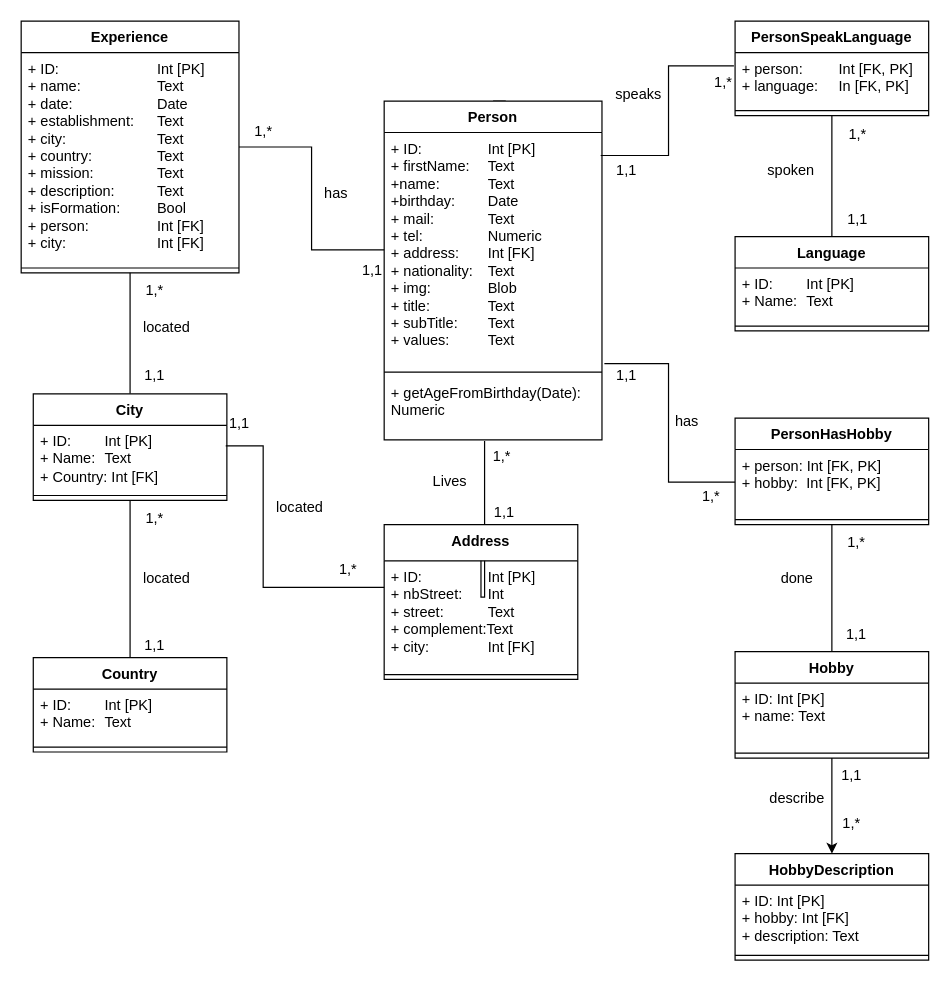
Above: CVDB.drawio in Will2KB/CVAPI (draw.io), before the change. Source tidied: cells renumbered, new cells numbered last; positions are measured from the earlier drawing's top-left corner, leaving out a move shared by most shapes. Both pictures are drawn from the tidied source at 121%, with x=0, y=0 at pixel (21, 21).
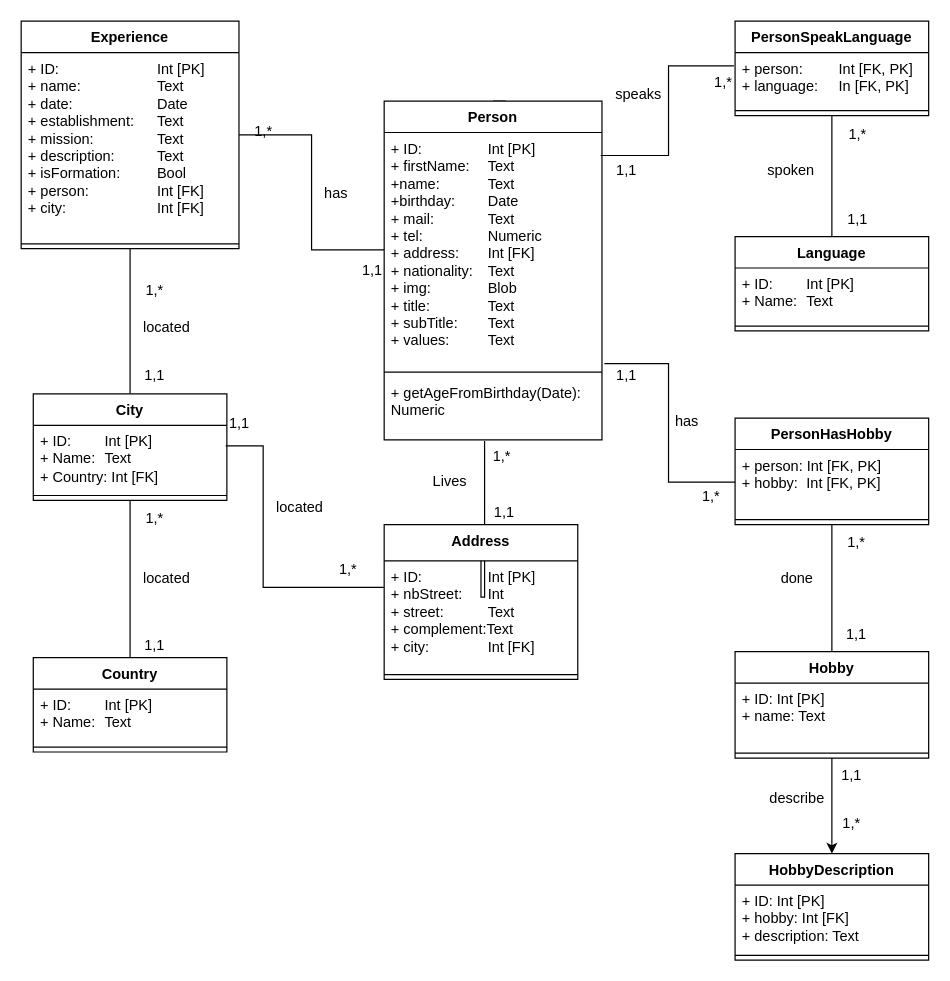
The same diagram, later.

Commit message:
Mettre à jour CVDB.drawio

The edit, as a diff of the source:
```diff
@@
     <mxCell id="6" value="Experience" style="swimlane;fontStyle=1;align=center;verticalAlign=top;horizontal=1;startSize=26;whiteSpace=wrap;html=1;" parent="1" vertex="1">
-      <mxGeometry width="180" height="208" as="geometry" />
+      <mxGeometry width="180" height="188" as="geometry" />
     </mxCell>
-    <mxCell id="7" value="+ ID: &lt;span style=&quot;white-space: pre;&quot;&gt;&#9;&lt;/span&gt;&lt;span style=&quot;white-space: pre;&quot;&gt;&#9;&lt;span style=&quot;white-space: pre;&quot;&gt;&#9;&lt;/span&gt;&lt;/span&gt;Int [PK]&lt;div&gt;+ name: &lt;span style=&quot;white-space: pre;&quot;&gt;&#9;&lt;/span&gt;&lt;span style=&quot;white-space: pre;&quot;&gt;&#9;&lt;span style=&quot;white-space: pre;&quot;&gt;&#9;&lt;/span&gt;&lt;/span&gt;Text&lt;/div&gt;&lt;div&gt;+ date:&lt;span style=&quot;white-space: pre;&quot;&gt;&#9;&lt;/span&gt;&lt;span style=&quot;white-space: pre;&quot;&gt;&#9;&lt;span style=&quot;white-space: pre;&quot;&gt;&#9;&lt;/span&gt;&lt;/span&gt;Date&lt;/div&gt;&lt;div&gt;+ establishment:&lt;span style=&quot;white-space: pre;&quot;&gt;&#9;&lt;/span&gt;Text&lt;/div&gt;&lt;div&gt;+ city:&lt;span style=&quot;white-space: pre;&quot;&gt;&#9;&lt;/span&gt;&lt;span style=&quot;white-space: pre;&quot;&gt;&#9;&lt;span style=&quot;white-space: pre;&quot;&gt;&#9;&lt;/span&gt;&lt;/span&gt;Text&lt;/div&gt;&lt;div&gt;+ country:&lt;span style=&quot;white-space: pre;&quot;&gt;&#9;&lt;span style=&quot;white-space: pre;&quot;&gt;&#9;&lt;/span&gt;&lt;/span&gt;Text&lt;/div&gt;&lt;div&gt;+ mission:&lt;span style=&quot;white-space: pre;&quot;&gt;&#9;&lt;span style=&quot;white-space: pre;&quot;&gt;&#9;&lt;/span&gt;&lt;/span&gt;Text&lt;/div&gt;&lt;div&gt;+ description:&lt;span style=&quot;white-space: pre;&quot;&gt;&#9;&lt;span style=&quot;white-space: pre;&quot;&gt;&#9;&lt;/span&gt;&lt;/span&gt;Text&lt;/div&gt;&lt;div&gt;+ isFormation:&lt;span style=&quot;white-space: pre;&quot;&gt;&#9;&lt;/span&gt;&lt;span style=&quot;white-space: pre;&quot;&gt;&#9;&lt;/span&gt;Bool&lt;/div&gt;&lt;div&gt;+ person:&lt;span style=&quot;white-space: pre;&quot;&gt;&#9;&lt;/span&gt;&lt;span style=&quot;white-space: pre;&quot;&gt;&#9;&lt;/span&gt;&lt;span style=&quot;white-space: pre;&quot;&gt;&#9;&lt;/span&gt;Int [FK]&lt;/div&gt;&lt;div&gt;+ city:&lt;span style=&quot;white-space: pre;&quot;&gt;&#9;&lt;/span&gt;&lt;span style=&quot;white-space: pre;&quot;&gt;&#9;&lt;/span&gt;&lt;span style=&quot;white-space: pre;&quot;&gt;&#9;&lt;/span&gt;Int [FK]&lt;/div&gt;" style="text;strokeColor=none;fillColor=none;align=left;verticalAlign=top;spacingLeft=4;spacingRight=4;overflow=hidden;whiteSpace=wrap;html=1;" parent="6" vertex="1">
-      <mxGeometry y="26" width="180" height="174" as="geometry" />
+    <mxCell id="7" value="+ ID: &lt;span style=&quot;white-space: pre;&quot;&gt;&#9;&lt;/span&gt;&lt;span style=&quot;white-space: pre;&quot;&gt;&#9;&lt;span style=&quot;white-space: pre;&quot;&gt;&#9;&lt;/span&gt;&lt;/span&gt;Int [PK]&lt;div&gt;+ name: &lt;span style=&quot;white-space: pre;&quot;&gt;&#9;&lt;/span&gt;&lt;span style=&quot;white-space: pre;&quot;&gt;&#9;&lt;span style=&quot;white-space: pre;&quot;&gt;&#9;&lt;/span&gt;&lt;/span&gt;Text&lt;/div&gt;&lt;div&gt;+ date:&lt;span style=&quot;white-space: pre;&quot;&gt;&#9;&lt;/span&gt;&lt;span style=&quot;white-space: pre;&quot;&gt;&#9;&lt;span style=&quot;white-space: pre;&quot;&gt;&#9;&lt;/span&gt;&lt;/span&gt;Date&lt;/div&gt;&lt;div&gt;+ establishment:&lt;span style=&quot;white-space: pre;&quot;&gt;&#9;&lt;/span&gt;Text&lt;/div&gt;&lt;div&gt;+ mission:&lt;span style=&quot;white-space: pre;&quot;&gt;&#9;&lt;span style=&quot;white-space: pre;&quot;&gt;&#9;&lt;/span&gt;&lt;/span&gt;Text&lt;/div&gt;&lt;div&gt;+ description:&lt;span style=&quot;white-space: pre;&quot;&gt;&#9;&lt;span style=&quot;white-space: pre;&quot;&gt;&#9;&lt;/span&gt;&lt;/span&gt;Text&lt;/div&gt;&lt;div&gt;+ isFormation:&lt;span style=&quot;white-space: pre;&quot;&gt;&#9;&lt;/span&gt;&lt;span style=&quot;white-space: pre;&quot;&gt;&#9;&lt;/span&gt;Bool&lt;/div&gt;&lt;div&gt;+ person:&lt;span style=&quot;white-space: pre;&quot;&gt;&#9;&lt;/span&gt;&lt;span style=&quot;white-space: pre;&quot;&gt;&#9;&lt;/span&gt;&lt;span style=&quot;white-space: pre;&quot;&gt;&#9;&lt;/span&gt;Int [FK]&lt;/div&gt;&lt;div&gt;+ city:&lt;span style=&quot;white-space: pre;&quot;&gt;&#9;&lt;/span&gt;&lt;span style=&quot;white-space: pre;&quot;&gt;&#9;&lt;/span&gt;&lt;span style=&quot;white-space: pre;&quot;&gt;&#9;&lt;/span&gt;Int [FK]&lt;/div&gt;" style="text;strokeColor=none;fillColor=none;align=left;verticalAlign=top;spacingLeft=4;spacingRight=4;overflow=hidden;whiteSpace=wrap;html=1;" parent="6" vertex="1">
+      <mxGeometry y="26" width="180" height="154" as="geometry" />
     </mxCell>
     <mxCell id="8" style="line;strokeWidth=1;fillColor=none;align=left;verticalAlign=middle;spacingTop=-1;spacingLeft=3;spacingRight=3;labelPosition=right;strokeColor=inherit;" parent="6" vertex="1">
-      <mxGeometry y="200" width="180" height="8" as="geometry" />
+      <mxGeometry y="180" width="180" height="8" as="geometry" />
     </mxCell>
```
